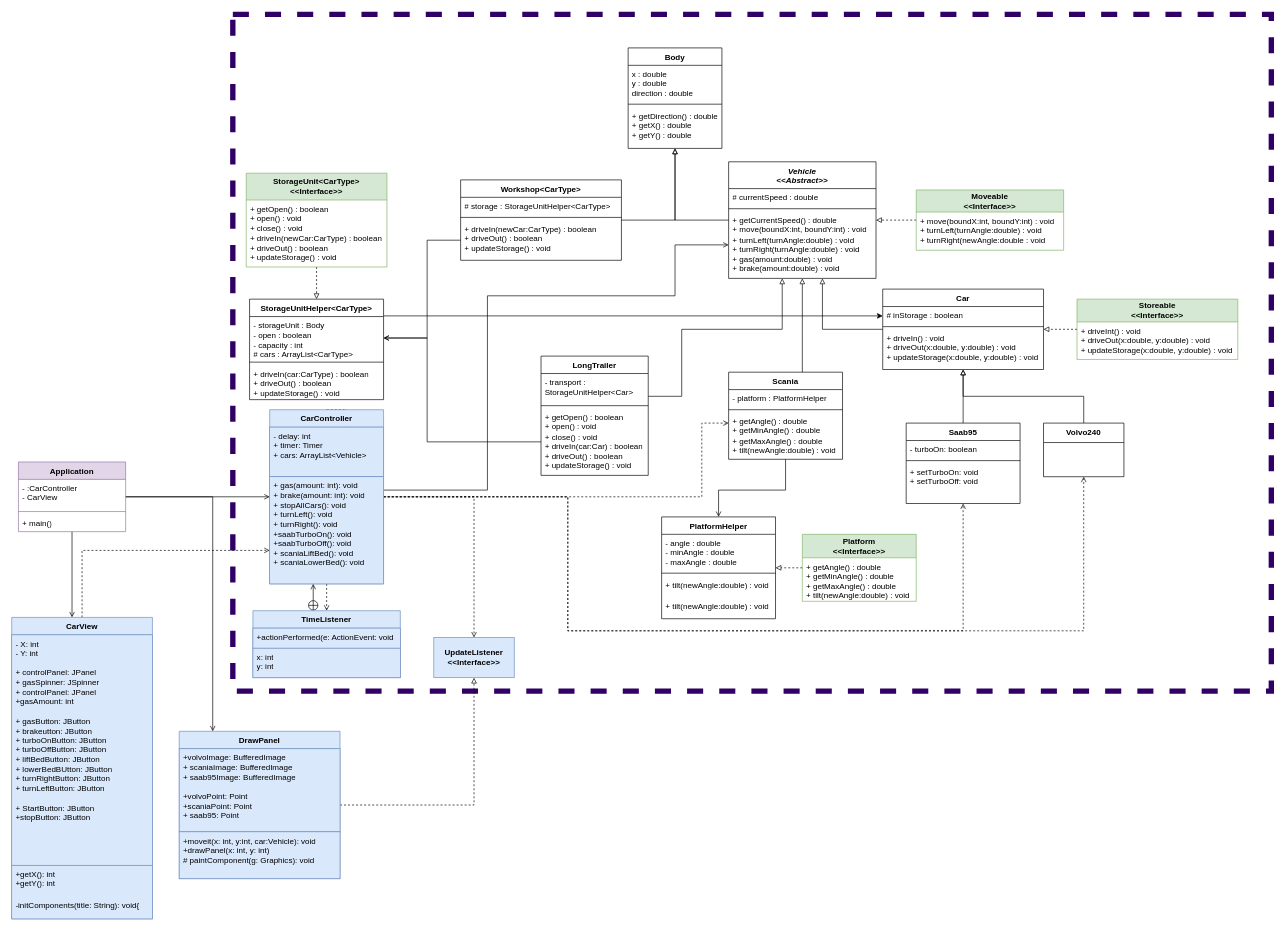
This is Labb3post.drawio from ErikFogelstrand/lab1-riktig, a draw.io file, before an edit. Source tidied: cells renumbered, new cells numbered last; positions are measured from the earlier drawing's top-left corner, leaving out a move shared by most shapes. Both pictures are drawn from the tidied source at 67%, with x=0, y=0 at pixel (11, 14).
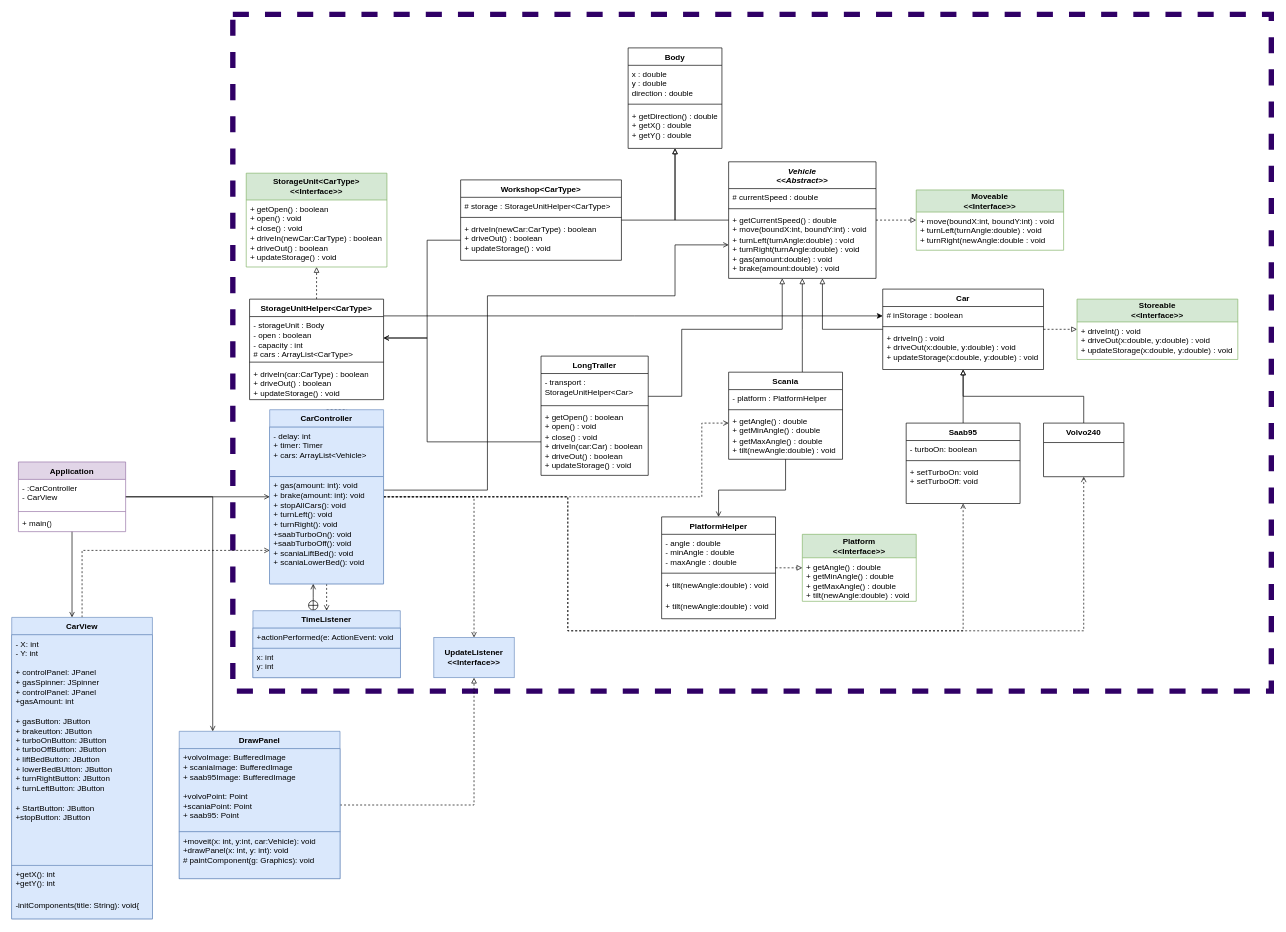
The same page after the edit.

Unchanged cells that the change refers to:
```xml
<mxCell id="8" value="Car" style="swimlane;fontStyle=1;align=center;verticalAlign=top;horizontal=1;startSize=26;whiteSpace=wrap;html=1;" parent="1" vertex="1">
  <mxGeometry x="1300" y="410" width="240" height="120" as="geometry" />
</mxCell>
<mxCell id="26" value="DrawPanel" style="swimlane;fontStyle=1;align=center;verticalAlign=top;horizontal=1;startSize=26;whiteSpace=wrap;html=1;fillColor=#dae8fc;strokeColor=#6c8ebf;" parent="1" vertex="1">
  <mxGeometry x="250" y="1070" width="240" height="220" as="geometry" />
</mxCell>
<mxCell id="29" value="PlatformHelper" style="swimlane;fontStyle=1;align=center;verticalAlign=top;horizontal=1;startSize=26;whiteSpace=wrap;html=1;" parent="1" vertex="1">
  <mxGeometry x="970" y="750" width="170" height="152" as="geometry" />
</mxCell>
<mxCell id="48" value="&lt;i&gt;Vehicle&lt;br&gt;&amp;lt;&amp;lt;Abstract&amp;gt;&amp;gt;&lt;/i&gt;" style="swimlane;fontStyle=1;align=center;verticalAlign=top;horizontal=1;startSize=40;whiteSpace=wrap;html=1;" parent="1" vertex="1">
  <mxGeometry x="1070" y="220" width="220" height="174" as="geometry" />
</mxCell>
<mxCell id="53" value="StorageUnitHelper&amp;lt;CarType&amp;gt;" style="swimlane;fontStyle=1;align=center;verticalAlign=top;horizontal=1;startSize=26;whiteSpace=wrap;html=1;" parent="1" vertex="1">
  <mxGeometry x="355" y="425" width="200" height="150" as="geometry" />
</mxCell>
<mxCell id="72" value="&lt;b&gt;Platform&lt;br&gt;&amp;lt;&amp;lt;Interface&amp;gt;&amp;gt;&lt;br&gt;&lt;/b&gt;" style="swimlane;fontStyle=0;horizontal=1;startSize=35;fillColor=#d5e8d4;whiteSpace=wrap;html=1;strokeColor=#82b366;" parent="1" vertex="1">
  <mxGeometry x="1180" y="776" width="170" height="100" as="geometry" />
</mxCell>
<mxCell id="75" value="&lt;b&gt;Moveable&lt;br&gt;&amp;lt;&amp;lt;Interface&amp;gt;&amp;gt;&lt;br&gt;&lt;/b&gt;" style="swimlane;fontStyle=0;horizontal=1;startSize=33;fillColor=#d5e8d4;whiteSpace=wrap;html=1;strokeColor=#82b366;" parent="1" vertex="1">
  <mxGeometry x="1350" y="262" width="220" height="90" as="geometry" />
</mxCell>
<mxCell id="78" value="&lt;b&gt;Storeable&lt;br&gt;&amp;lt;&amp;lt;Interface&amp;gt;&amp;gt;&lt;br&gt;&lt;/b&gt;" style="swimlane;fontStyle=0;horizontal=1;startSize=34;fillColor=#d5e8d4;whiteSpace=wrap;html=1;strokeColor=#82b366;" parent="1" vertex="1">
  <mxGeometry x="1590" y="425" width="240" height="90" as="geometry" />
</mxCell>
<mxCell id="81" value="&lt;b&gt;StorageUnit&amp;lt;CarType&amp;gt;&lt;br&gt;&amp;lt;&amp;lt;Interface&amp;gt;&amp;gt;&lt;br&gt;&lt;/b&gt;" style="swimlane;fontStyle=0;horizontal=1;startSize=40;fillColor=#d5e8d4;whiteSpace=wrap;html=1;strokeColor=#82b366;" parent="1" vertex="1">
  <mxGeometry x="350" y="237" width="210" height="140" as="geometry" />
</mxCell>
```

Change to the diagram source:
```diff
@@
+    <mxCell id="93" style="edgeStyle=orthogonalEdgeStyle;rounded=0;jettySize=auto;html=1;dashed=1;endArrow=block;endFill=0;" parent="1" edge="1" source="8" target="78">
+      <mxGeometry relative="1" as="geometry" />
+    </mxCell>
@@
-    <mxCell id="28" value="&lt;div&gt;+moveit(x: int, y:int, car:Vehicle): void&lt;br&gt;&lt;/div&gt;&lt;div&gt;+drawPanel(x: int, y: int)&lt;br&gt;&lt;/div&gt;# paintComponent(g: Graphics): void " style="text;strokeColor=#6c8ebf;fillColor=#dae8fc;align=left;verticalAlign=top;spacingLeft=4;spacingRight=4;overflow=hidden;whiteSpace=wrap;html=1;" parent="26" vertex="1">
+    <mxCell id="28" value="&lt;div&gt;+moveit(x: int, y:int, car:Vehicle): void&lt;br&gt;&lt;/div&gt;&lt;div&gt;+drawPanel(x: int, y: int): void&lt;br&gt;&lt;/div&gt;# paintComponent(g: Graphics): void " style="text;strokeColor=#6c8ebf;fillColor=#dae8fc;align=left;verticalAlign=top;spacingLeft=4;spacingRight=4;overflow=hidden;whiteSpace=wrap;html=1;" parent="26" vertex="1">
       <mxGeometry y="150" width="240" height="70" as="geometry" />
     </mxCell>
+    <mxCell id="94" style="edgeStyle=orthogonalEdgeStyle;rounded=0;jettySize=auto;html=1;dashed=1;endArrow=block;endFill=0;" parent="1" edge="1" source="29" target="72">
+      <mxGeometry relative="1" as="geometry" />
+    </mxCell>
@@
+    <mxCell id="95" style="edgeStyle=orthogonalEdgeStyle;rounded=0;jettySize=auto;html=1;dashed=1;endArrow=block;endFill=0;" parent="1" edge="1" source="48" target="75">
+      <mxGeometry relative="1" as="geometry" />
+    </mxCell>
@@
+    <mxCell id="96" style="edgeStyle=orthogonalEdgeStyle;rounded=0;jettySize=auto;html=1;dashed=1;endArrow=block;endFill=0;" parent="1" edge="1" source="53" target="81">
+      <mxGeometry relative="1" as="geometry" />
+    </mxCell>
@@
-    <mxCell id="71" style="edgeStyle=orthogonalEdgeStyle;rounded=0;jettySize=auto;html=1;endArrow=block;endFill=0;dashed=1;" parent="1" edge="1" source="72" target="29">
-      <mxGeometry relative="1" as="geometry" />
-    </mxCell>
@@
-    <mxCell id="74" style="edgeStyle=orthogonalEdgeStyle;rounded=0;jettySize=auto;html=1;endArrow=block;endFill=0;dashed=1;" parent="1" edge="1" source="75" target="48">
-      <mxGeometry relative="1" as="geometry" />
-    </mxCell>
@@
-    <mxCell id="77" style="edgeStyle=orthogonalEdgeStyle;rounded=0;jettySize=auto;html=1;endArrow=block;endFill=0;dashed=1;" parent="1" edge="1" source="78" target="8">
-      <mxGeometry relative="1" as="geometry" />
-    </mxCell>
@@
-    <mxCell id="80" style="edgeStyle=orthogonalEdgeStyle;rounded=0;jettySize=auto;html=1;endArrow=block;endFill=0;dashed=1;" parent="1" edge="1" source="81" target="53">
-      <mxGeometry relative="1" as="geometry" />
-    </mxCell>
```
